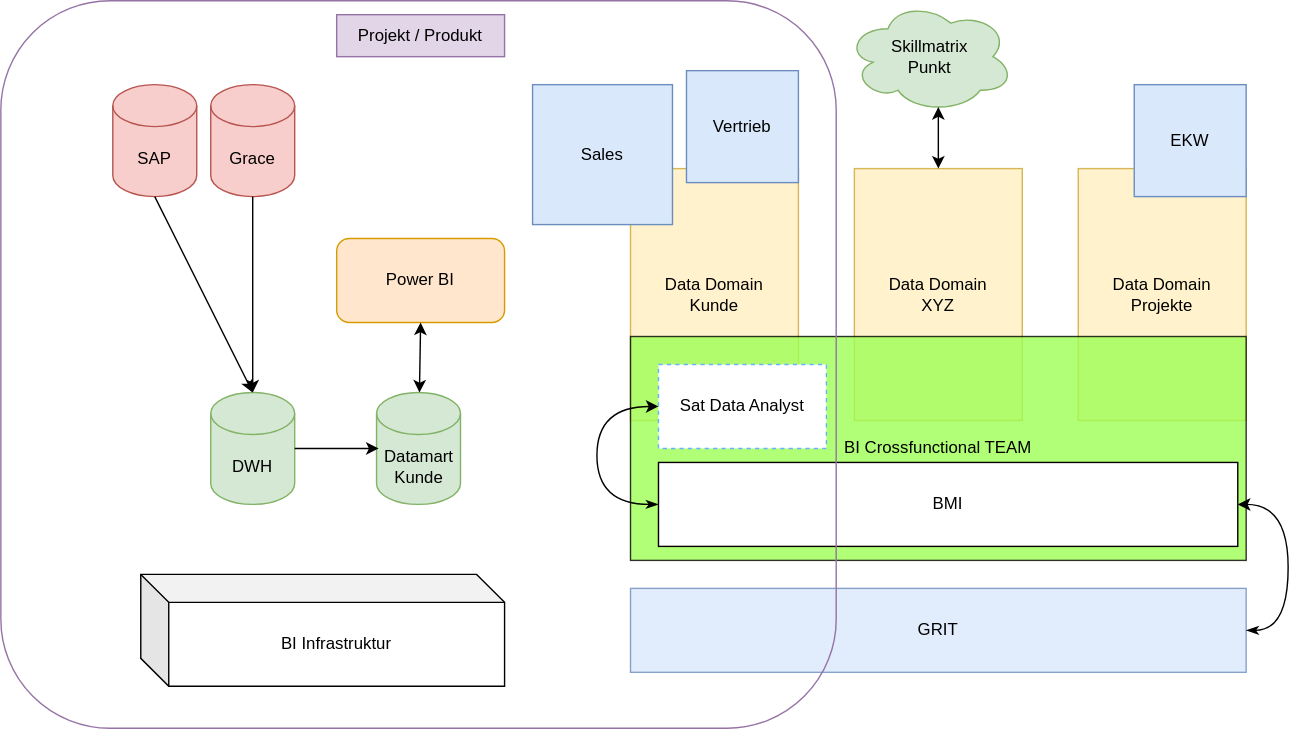
The draw.io diagram organisation/DataOrga.drawio.svg in svenhornberg/dataorga, before a commit. Source tidied: cells renumbered, new cells last; positions are measured from the earlier drawing's top-left corner, leaving out a move shared by most shapes.
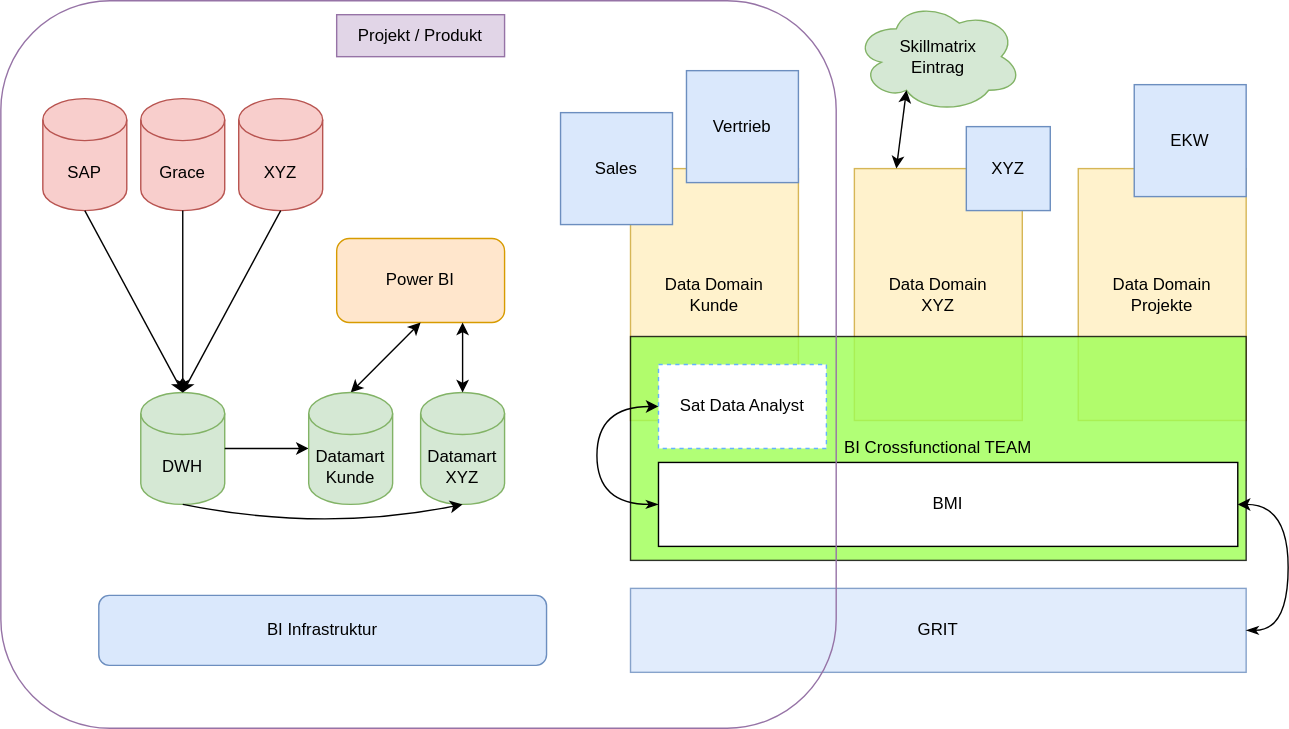
The same file after the commit.

Change to the diagram source:
```diff
@@ -24,7 +24,7 @@
       <mxGeometry x="470" y="260" width="120" height="60" as="geometry" />
     </mxCell>
     <mxCell id="9" value="Sales" style="whiteSpace=wrap;html=1;fillColor=#dae8fc;strokeColor=#6c8ebf;" parent="1" vertex="1">
-      <mxGeometry x="380" y="60" width="100" height="100" as="geometry" />
+      <mxGeometry x="400" y="80" width="80" height="80" as="geometry" />
     </mxCell>
     <mxCell id="10" value="Vertrieb" style="whiteSpace=wrap;html=1;fillColor=#dae8fc;strokeColor=#6c8ebf;" parent="1" vertex="1">
       <mxGeometry x="490" y="50" width="80" height="80" as="geometry" />
@@ -55,42 +55,67 @@
       <mxGeometry x="240" y="10" width="120" height="30" as="geometry" />
     </mxCell>
     <mxCell id="16" value="SAP" style="shape=cylinder3;whiteSpace=wrap;html=1;boundedLbl=1;backgroundOutline=1;size=15;fillColor=#f8cecc;strokeColor=#b85450;" parent="1" vertex="1">
-      <mxGeometry x="80" y="60" width="60" height="80" as="geometry" />
+      <mxGeometry x="30" y="70" width="60" height="80" as="geometry" />
     </mxCell>
     <mxCell id="17" value="Grace" style="shape=cylinder3;whiteSpace=wrap;html=1;boundedLbl=1;backgroundOutline=1;size=15;fillColor=#f8cecc;strokeColor=#b85450;" parent="1" vertex="1">
-      <mxGeometry x="150" y="60" width="60" height="80" as="geometry" />
+      <mxGeometry x="100" y="70" width="60" height="80" as="geometry" />
     </mxCell>
     <mxCell id="18" value="DWH" style="shape=cylinder3;whiteSpace=wrap;html=1;boundedLbl=1;backgroundOutline=1;size=15;fillColor=#d5e8d4;strokeColor=#82b366;" parent="1" vertex="1">
-      <mxGeometry x="150" y="280" width="60" height="80" as="geometry" />
+      <mxGeometry x="100" y="280" width="60" height="80" as="geometry" />
     </mxCell>
-    <mxCell id="19" value="BI Infrastruktur" style="shape=cube;whiteSpace=wrap;html=1;boundedLbl=1;backgroundOutline=1;darkOpacity=0.05;darkOpacity2=0.1;" parent="1" vertex="1">
-      <mxGeometry x="100" y="410" width="260" height="80" as="geometry" />
-    </mxCell>
     <mxCell id="20" style="endArrow=classic;html=1;rounded=0;entryX=0.5;entryY=0;entryDx=0;entryDy=0;entryPerimeter=0;" parent="1" edge="1" source="17" target="18">
       <mxGeometry relative="1" as="geometry" />
     </mxCell>
     <mxCell id="21" style="endArrow=classic;html=1;rounded=0;entryX=0.5;entryY=0;entryDx=0;entryDy=0;entryPerimeter=0;exitX=0.5;exitY=1;exitDx=0;exitDy=0;exitPerimeter=0;" parent="1" edge="1" source="16" target="18">
       <mxGeometry relative="1" as="geometry" />
     </mxCell>
-    <mxCell id="22" value="Datamart&lt;br&gt;Kunde" style="shape=cylinder3;whiteSpace=wrap;html=1;boundedLbl=1;backgroundOutline=1;size=15;fillColor=#d5e8d4;strokeColor=#82b366;" parent="1" vertex="1">
-      <mxGeometry x="268.5" y="280" width="60" height="80" as="geometry" />
-    </mxCell>
     <mxCell id="23" value="Power BI" style="rounded=1;whiteSpace=wrap;html=1;fillColor=#ffe6cc;strokeColor=#d79b00;" parent="1" vertex="1">
       <mxGeometry x="240" y="170" width="120" height="60" as="geometry" />
     </mxCell>
-    <mxCell id="24" style="endArrow=classic;html=1;rounded=0;exitX=1;exitY=0.5;exitDx=0;exitDy=0;exitPerimeter=0;" parent="1" edge="1" source="18">
+    <mxCell id="24" style="endArrow=classic;html=1;rounded=0;exitX=1;exitY=0.5;exitDx=0;exitDy=0;exitPerimeter=0;" parent="1" edge="1" source="22">
       <mxGeometry relative="1" as="geometry">
         <mxPoint x="270" y="320" as="targetPoint" />
       </mxGeometry>
     </mxCell>
-    <mxCell id="25" style="endArrow=classic;startArrow=classic;html=1;rounded=0;entryX=0.5;entryY=1;entryDx=0;entryDy=0;" parent="1" edge="1" source="22" target="23">
+    <mxCell id="25" style="endArrow=classic;startArrow=classic;html=1;rounded=0;entryX=0.5;entryY=1;entryDx=0;entryDy=0;exitX=0.5;exitY=0;exitDx=0;exitDy=0;exitPerimeter=0;" parent="1" edge="1" source="22" target="23">
       <mxGeometry relative="1" as="geometry" />
     </mxCell>
-    <mxCell id="26" value="Skillmatrix&lt;br&gt;Punkt" style="ellipse;shape=cloud;whiteSpace=wrap;html=1;fillColor=#d5e8d4;strokeColor=#82b366;" parent="1" vertex="1">
-      <mxGeometry x="604" width="120" height="80" as="geometry" />
+    <mxCell id="26" value="Skillmatrix&lt;br&gt;Eintrag" style="ellipse;shape=cloud;whiteSpace=wrap;html=1;fillColor=#d5e8d4;strokeColor=#82b366;" parent="1" vertex="1">
+      <mxGeometry x="610" width="120" height="80" as="geometry" />
     </mxCell>
-    <mxCell id="27" style="endArrow=classic;startArrow=classic;html=1;rounded=0;entryX=0.55;entryY=0.95;entryDx=0;entryDy=0;entryPerimeter=0;exitX=0.5;exitY=0;exitDx=0;exitDy=0;" parent="1" edge="1" source="3" target="26">
+    <mxCell id="27" style="endArrow=classic;startArrow=classic;html=1;rounded=0;entryX=0.31;entryY=0.8;entryDx=0;entryDy=0;entryPerimeter=0;exitX=0.25;exitY=0;exitDx=0;exitDy=0;" parent="1" edge="1" source="3" target="26">
       <mxGeometry relative="1" as="geometry" />
     </mxCell>
+    <mxCell id="28" style="endArrow=classic;html=1;rounded=0;exitX=1;exitY=0.5;exitDx=0;exitDy=0;exitPerimeter=0;" parent="1" edge="1" source="18" target="22">
+      <mxGeometry relative="1" as="geometry" />
+    </mxCell>
+    <mxCell id="22" value="Datamart&lt;br&gt;Kunde" style="shape=cylinder3;whiteSpace=wrap;html=1;boundedLbl=1;backgroundOutline=1;size=15;fillColor=#d5e8d4;strokeColor=#82b366;" parent="1" vertex="1">
+      <mxGeometry x="220" y="280" width="60" height="80" as="geometry" />
+    </mxCell>
+    <mxCell id="19" value="BI Infrastruktur" style="rounded=1;whiteSpace=wrap;html=1;fillColor=#dae8fc;strokeColor=#6c8ebf;fillStyle=auto;" parent="1" vertex="1">
+      <mxGeometry x="70" y="425" width="320" height="50" as="geometry" />
+    </mxCell>
+    <mxCell id="29" value="Datamart&lt;br&gt;XYZ" style="shape=cylinder3;whiteSpace=wrap;html=1;boundedLbl=1;backgroundOutline=1;size=15;fillColor=#d5e8d4;strokeColor=#82b366;" parent="1" vertex="1">
+      <mxGeometry x="300" y="280" width="60" height="80" as="geometry" />
+    </mxCell>
+    <mxCell id="30" style="endArrow=classic;html=1;exitX=0.5;exitY=1;exitDx=0;exitDy=0;exitPerimeter=0;entryX=0.5;entryY=1;entryDx=0;entryDy=0;entryPerimeter=0;jumpStyle=none;curved=1;" parent="1" edge="1" source="18" target="29">
+      <mxGeometry relative="1" as="geometry">
+        <Array as="points">
+          <mxPoint x="230" y="380" />
+        </Array>
+      </mxGeometry>
+    </mxCell>
+    <mxCell id="31" style="endArrow=classic;startArrow=classic;html=1;rounded=0;entryX=0.75;entryY=1;entryDx=0;entryDy=0;" parent="1" edge="1" source="29" target="23">
+      <mxGeometry relative="1" as="geometry" />
+    </mxCell>
+    <mxCell id="32" value="XYZ" style="shape=cylinder3;whiteSpace=wrap;html=1;boundedLbl=1;backgroundOutline=1;size=15;fillColor=#f8cecc;strokeColor=#b85450;" parent="1" vertex="1">
+      <mxGeometry x="170" y="70" width="60" height="80" as="geometry" />
+    </mxCell>
+    <mxCell id="33" style="endArrow=classic;html=1;rounded=0;entryX=0.5;entryY=0;entryDx=0;entryDy=0;entryPerimeter=0;exitX=0.5;exitY=1;exitDx=0;exitDy=0;exitPerimeter=0;" parent="1" edge="1" source="32" target="18">
+      <mxGeometry relative="1" as="geometry" />
+    </mxCell>
+    <mxCell id="34" value="XYZ" style="whiteSpace=wrap;html=1;fillColor=#dae8fc;strokeColor=#6c8ebf;" parent="1" vertex="1">
+      <mxGeometry x="690" y="90" width="60" height="60" as="geometry" />
+    </mxCell>
   </root>
 </mxGraphModel>
```
